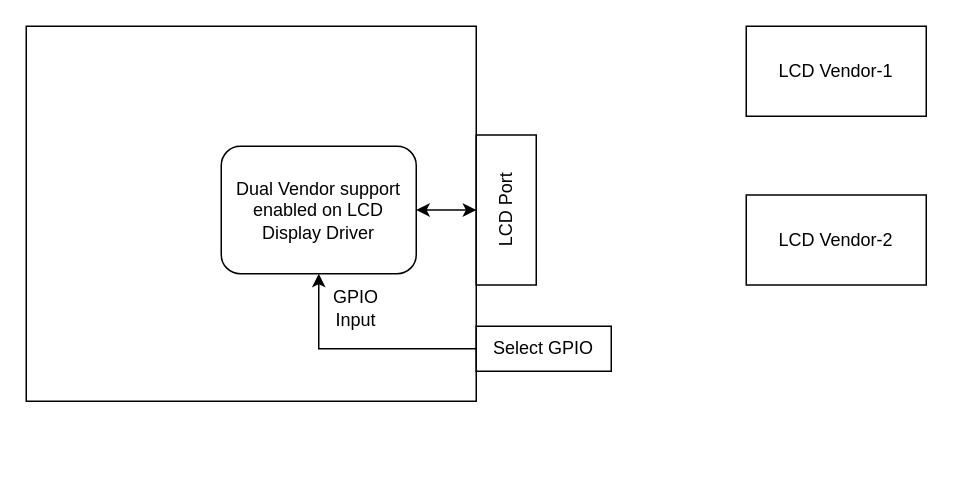
Earlier version of the draw.io diagram driver_dualization.drawio (nishitp007/temp). Source tidied: cells renumbered, new cells numbered last; positions are measured from the earlier drawing's top-left corner, leaving out a move shared by most shapes. Both pictures are drawn from the tidied source at 150%, with x=0, y=0 at pixel (26, 26).
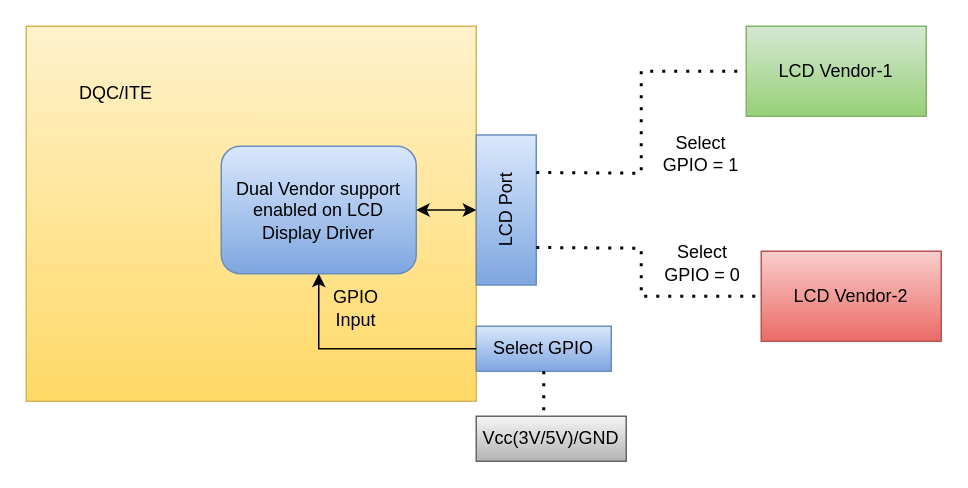
Above is the later version.

The edit, as a diff of the source:
```diff
@@
-    <mxCell id="2" style="rounded=0;whiteSpace=wrap;html=1;" parent="1" vertex="1">
+    <mxCell id="2" style="rounded=0;whiteSpace=wrap;html=1;fillColor=#fff2cc;strokeColor=#d6b656;gradientColor=#ffd966;" parent="1" vertex="1">
       <mxGeometry width="300" height="250" as="geometry" />
     </mxCell>
-    <mxCell id="3" value="Dual Vendor support enabled on LCD Display Driver" style="rounded=1;whiteSpace=wrap;html=1;" parent="1" vertex="1">
+    <mxCell id="3" value="Dual Vendor support enabled on LCD Display Driver" style="rounded=1;whiteSpace=wrap;html=1;fillColor=#dae8fc;gradientColor=#7ea6e0;strokeColor=#6c8ebf;" parent="1" vertex="1">
       <mxGeometry x="130" y="80" width="130" height="85" as="geometry" />
     </mxCell>
-    <mxCell id="4" style="rounded=0;whiteSpace=wrap;html=1;" parent="1" vertex="1">
+    <mxCell id="4" style="rounded=0;whiteSpace=wrap;html=1;fillColor=#dae8fc;gradientColor=#7ea6e0;strokeColor=#6c8ebf;" parent="1" vertex="1">
       <mxGeometry x="300" y="72.5" width="40" height="100" as="geometry" />
     </mxCell>
-    <mxCell id="5" value="Select GPIO" style="rounded=0;whiteSpace=wrap;html=1;" parent="1" vertex="1">
+    <mxCell id="5" value="Select GPIO" style="rounded=0;whiteSpace=wrap;html=1;fillColor=#dae8fc;gradientColor=#7ea6e0;strokeColor=#6c8ebf;" parent="1" vertex="1">
       <mxGeometry x="300" y="200" width="90" height="30" as="geometry" />
     </mxCell>
-    <mxCell id="6" value="LCD Vendor-1" style="rounded=0;whiteSpace=wrap;html=1;" parent="1" vertex="1">
+    <mxCell id="6" value="LCD Vendor-1" style="rounded=0;whiteSpace=wrap;html=1;fillColor=#d5e8d4;gradientColor=#97d077;strokeColor=#82b366;" parent="1" vertex="1">
       <mxGeometry x="480" width="120" height="60" as="geometry" />
     </mxCell>
-    <mxCell id="7" value="LCD Vendor-2" style="rounded=0;whiteSpace=wrap;html=1;" parent="1" vertex="1">
-      <mxGeometry x="480" y="112.5" width="120" height="60" as="geometry" />
+    <mxCell id="7" value="LCD Vendor-2" style="rounded=0;whiteSpace=wrap;html=1;fillColor=#f8cecc;gradientColor=#ea6b66;strokeColor=#b85450;" parent="1" vertex="1">
+      <mxGeometry x="490" y="150" width="120" height="60" as="geometry" />
     </mxCell>
@@
+    <mxCell id="12" style="endArrow=none;dashed=1;html=1;dashPattern=1 3;strokeWidth=2;rounded=0;exitX=1;exitY=0.25;exitDx=0;exitDy=0;entryX=0;entryY=0.5;entryDx=0;entryDy=0;" parent="1" edge="1" source="4" target="6">
+      <mxGeometry relative="1" as="geometry">
+        <Array as="points">
+          <mxPoint x="410" y="98" />
+          <mxPoint x="410" y="30" />
+        </Array>
+      </mxGeometry>
+    </mxCell>
+    <mxCell id="13" style="endArrow=none;dashed=1;html=1;dashPattern=1 3;strokeWidth=2;rounded=0;exitX=1;exitY=0.75;exitDx=0;exitDy=0;entryX=0;entryY=0.5;entryDx=0;entryDy=0;" parent="1" edge="1" source="4" target="7">
+      <mxGeometry relative="1" as="geometry">
+        <Array as="points">
+          <mxPoint x="410" y="148" />
+          <mxPoint x="410" y="180" />
+        </Array>
+      </mxGeometry>
+    </mxCell>
+    <mxCell id="14" style="endArrow=none;dashed=1;html=1;dashPattern=1 3;strokeWidth=2;rounded=0;exitX=0.5;exitY=1;exitDx=0;exitDy=0;" parent="1" edge="1" source="5">
+      <mxGeometry relative="1" as="geometry">
+        <mxPoint x="345" y="260" as="targetPoint" />
+      </mxGeometry>
+    </mxCell>
+    <mxCell id="15" value="Vcc(3V/5V)/GND" style="rounded=0;whiteSpace=wrap;html=1;fillColor=#f5f5f5;gradientColor=#b3b3b3;strokeColor=#666666;" parent="1" vertex="1">
+      <mxGeometry x="300" y="260" width="100" height="30" as="geometry" />
+    </mxCell>
+    <mxCell id="16" value="DQC/ITE" style="text;html=1;align=center;verticalAlign=middle;whiteSpace=wrap;rounded=0;" parent="1" vertex="1">
+      <mxGeometry x="30" y="30" width="60" height="30" as="geometry" />
+    </mxCell>
+    <mxCell id="17" value="Select GPIO = 1" style="text;html=1;align=center;verticalAlign=middle;whiteSpace=wrap;rounded=0;" parent="1" vertex="1">
+      <mxGeometry x="420" y="70" width="60" height="30" as="geometry" />
+    </mxCell>
+    <mxCell id="18" value="Select GPIO = 0" style="text;html=1;align=center;verticalAlign=middle;whiteSpace=wrap;rounded=0;" parent="1" vertex="1">
+      <mxGeometry x="421" y="142.5" width="60" height="30" as="geometry" />
+    </mxCell>
```
